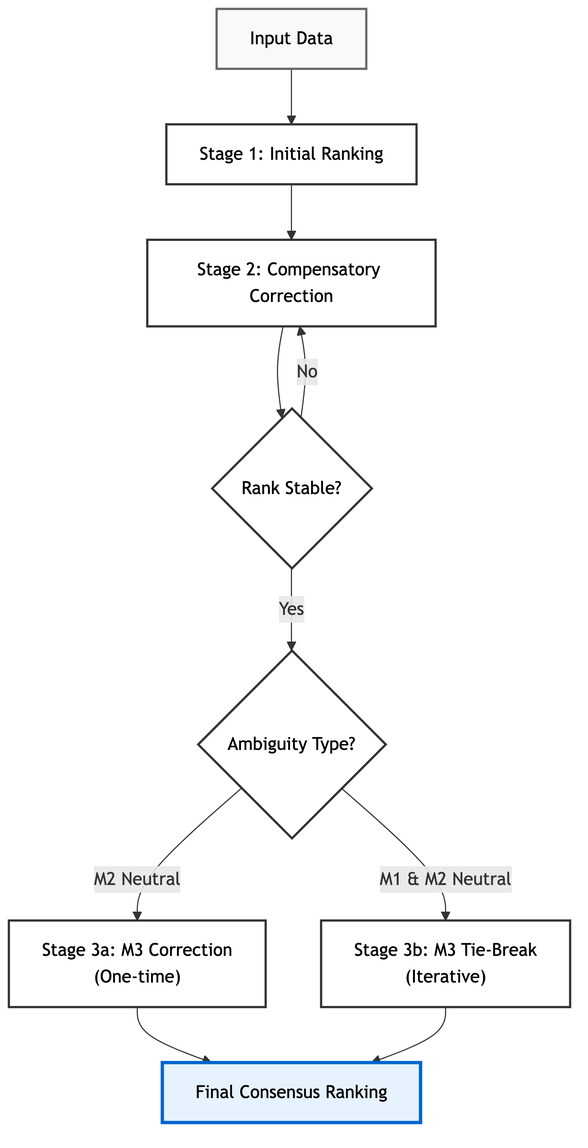
Before: paper/images/hierarchical_logic.png, a diagram exported from Mermaid (lerdmann1601/HERA-Matlab). Its source is kept beside it as paper/mermaid_source/hierarchical_logic.mmd.
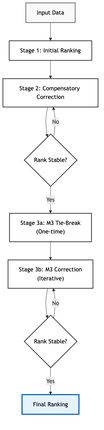
The same diagram one commit later.

Change to the diagram source:
```diff
@@ -7,8 +7,8 @@
     B --> C[Stage 2: Compensatory Correction]
     C --> D{Rank Stable?}
     D -- No --> C
-    D -- Yes --> E{Ambiguity Type?}
-    E -- M2 Neutral --> F["Stage 3a: M3 Correction<br/>(One-time)"]
-    E -- M1 & M2 Neutral --> G["Stage 3b: M3 Tie-Break<br/>(Iterative)"]
-    F --> H[Final Consensus Ranking]:::highlight
-    G --> H
+    D -- Yes --> E["Stage 3a: M3 Tie-Break<br/>(One-time)"]
+    E --> F["Stage 3b: M3 Correction<br/>(Iterative)"]
+    F --> G{Rank Stable?}
+    G -- No --> F
+    G -- Yes --> H[Final Ranking]:::highlight
```
